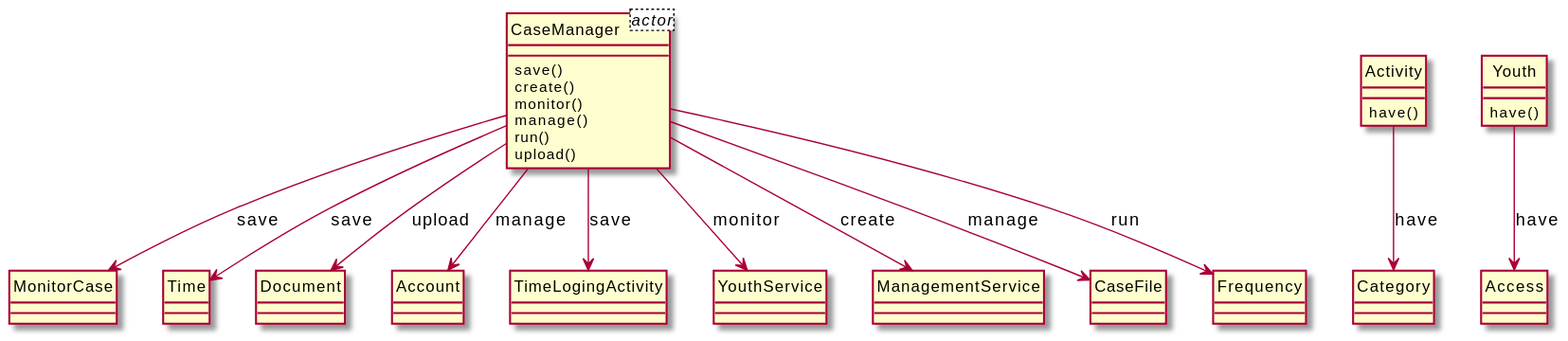
Earlier version of the PlantUML export output/diagram_5/2014-USC-Project08.svg (xixixhalu/DomainModelExtractor).
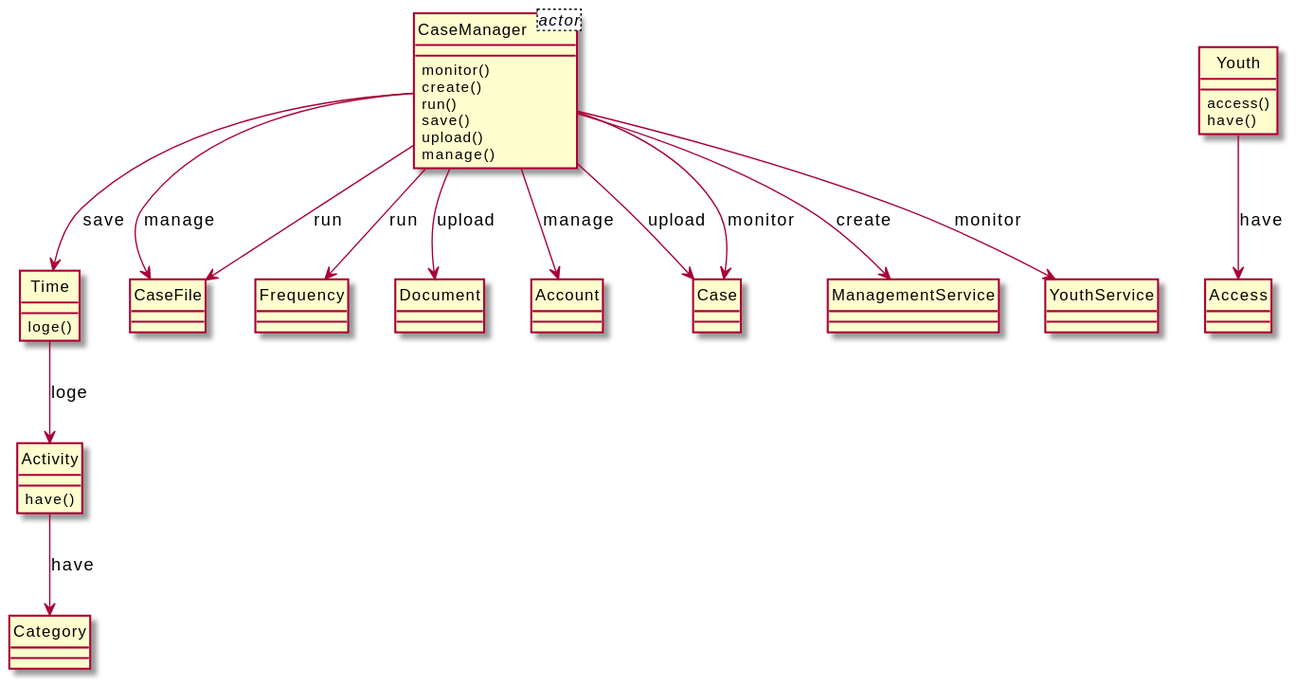
Later version of the same file.

Diff of the diagram source:
```diff
@@ -2,51 +2,53 @@
 hide circle
 class CaseManager<actor> {
 }
-class CaseManager {
-	save()
-	create()
-	monitor()
-	manage()
-	run()
-	upload()
-}
-class MonitorCase {
+class Time {
+	loge()
 }
 class Activity {
 	have()
 }
+class CaseManager {
+	monitor()
+	create()
+	run()
+	save()
+	upload()
+	manage()
+}
+class CaseFile {
+}
+class Youth {
+	access()
+	have()
+}
 class Category {
 }
-class Youth {
-	have()
-}
-class Access {
-}
-class Time {
+class Frequency {
 }
 class Document {
 }
 class Account {
 }
-class TimeLogingActivity {
+class Case {
+}
+class Access {
+}
+class ManagementService {
 }
 class YouthService {
 }
-class ManagementService {
-}
-class CaseFile {
-}
-class Frequency {
-}
-CaseManager --> Account : manage
+CaseManager --> Frequency : run
+CaseManager --> CaseFile : manage
+CaseManager --> Case : upload
+CaseManager --> YouthService : monitor
+Time --> Activity : loge
+CaseManager --> Document : upload
 CaseManager --> ManagementService : create
+Youth --> Access : have
 CaseManager --> Time : save
 Activity --> Category : have
-CaseManager --> MonitorCase : save
-CaseManager --> TimeLogingActivity : save
-CaseManager --> CaseFile : manage
-CaseManager --> Document : upload
-CaseManager --> YouthService : monitor
-CaseManager --> Frequency : run
-Youth --> Access : have
+CaseManager --> Account : manage
+CaseManager --> Case : monitor
+CaseManager --> CaseFile : run
 @enduml
```
